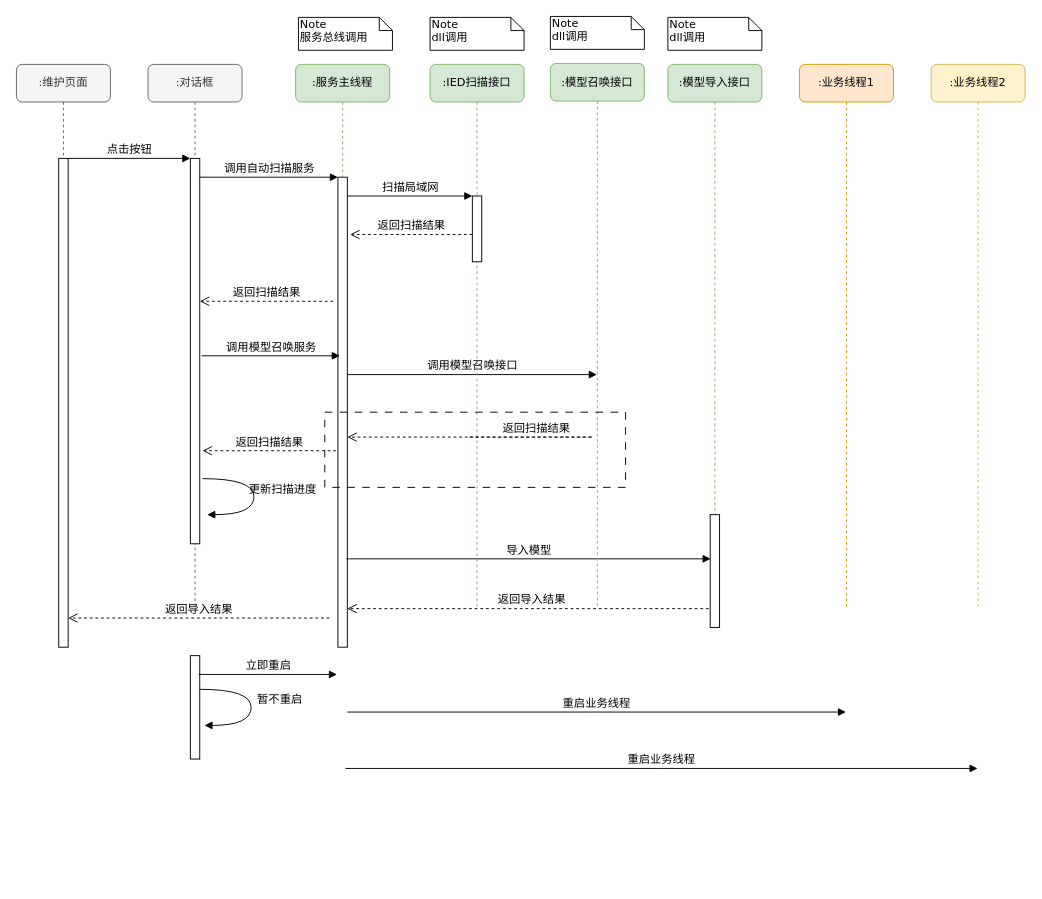
This is 建模过程2.drawio from snake9906/GitHubTest, a draw.io file, before an edit. Source tidied: cells renumbered, new cells numbered last; positions are measured from the earlier drawing's top-left corner, leaving out a move shared by most shapes. Both pictures are drawn from the tidied source at 94%, with x=0, y=0 at pixel (16, 16).
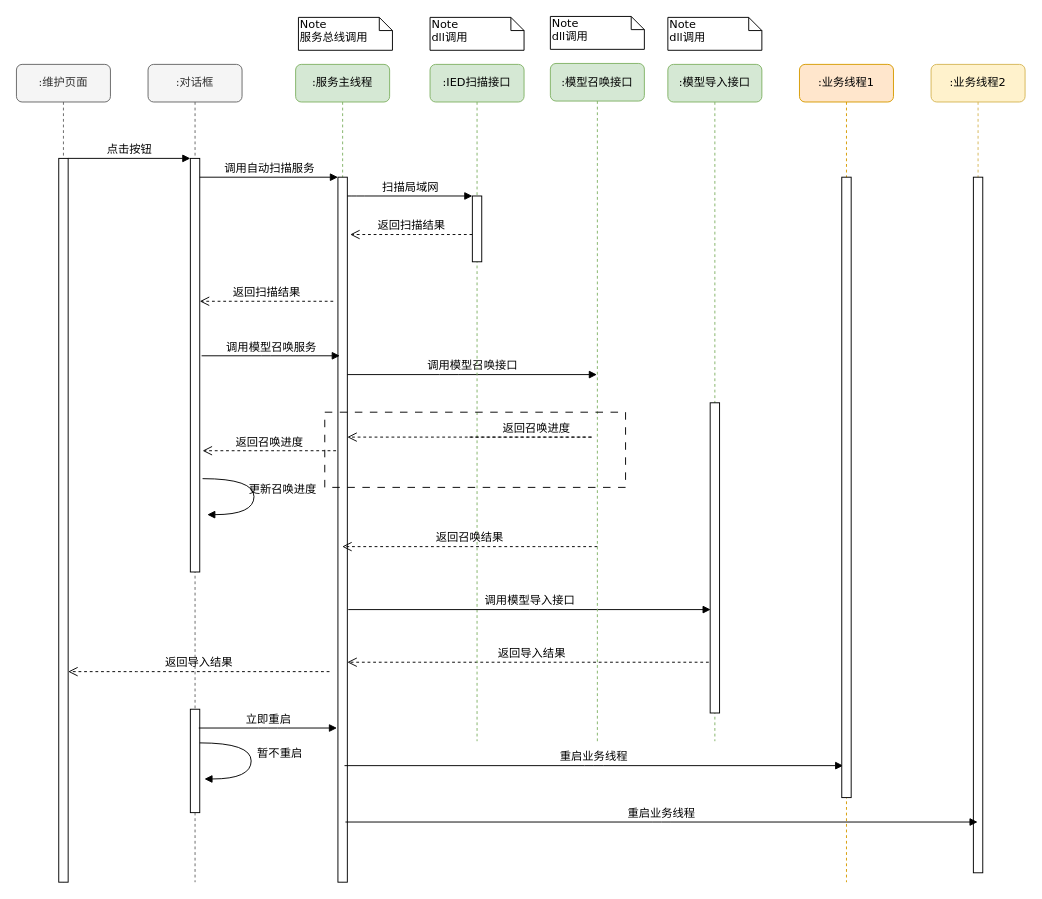
The same diagram, later.

Commit message:
更新建模过程2.drawio

What changed in the source:
```diff
@@
     <mxCell id="2" value=":对话框" style="shape=umlLifeline;perimeter=lifelinePerimeter;whiteSpace=wrap;html=1;rounded=1;shadow=0;comic=0;labelBackgroundColor=none;strokeWidth=1;fontFamily=Verdana;fontSize=12;align=center;fillColor=#f5f5f5;fontColor=#333333;strokeColor=#666666;" parent="1" vertex="1">
-      <mxGeometry x="140" y="51" width="100" height="580" as="geometry" />
+      <mxGeometry x="140" y="51" width="100" height="870" as="geometry" />
     </mxCell>
     <mxCell id="3" style="html=1;points=[];perimeter=orthogonalPerimeter;rounded=0;shadow=0;comic=0;labelBackgroundColor=none;strokeWidth=1;fontFamily=Verdana;fontSize=12;align=center;" parent="2" vertex="1">
-      <mxGeometry x="45" y="100" width="10" height="410" as="geometry" />
+      <mxGeometry x="45" y="100" width="10" height="440" as="geometry" />
     </mxCell>
     <mxCell id="4" style="html=1;perimeter=orthogonalPerimeter;rounded=0;shadow=0;comic=0;labelBackgroundColor=none;strokeWidth=1;fontFamily=Verdana;fontSize=12;align=center;" parent="2" vertex="1">
-      <mxGeometry x="45" y="629" width="10" height="110" as="geometry" />
+      <mxGeometry x="45" y="686" width="10" height="110" as="geometry" />
     </mxCell>
     <mxCell id="5" value="暂不重启" style="html=1;verticalAlign=bottom;endArrow=block;labelBackgroundColor=none;fontFamily=Verdana;fontSize=12;elbow=vertical;edgeStyle=orthogonalEdgeStyle;curved=1;entryX=1;entryY=0.286;entryPerimeter=0;exitX=1.038;exitY=0.345;exitPerimeter=0;" parent="2" edge="1">
       <mxGeometry x="0.05" y="30" relative="1" as="geometry">
-        <mxPoint x="55" y="664.8" as="sourcePoint" />
-        <mxPoint x="60" y="703.2" as="targetPoint" />
+        <mxPoint x="55" y="721.8" as="sourcePoint" />
+        <mxPoint x="60" y="760.2" as="targetPoint" />
         <Array as="points">
-          <mxPoint x="109.7" y="664.8" />
-          <mxPoint x="109.7" y="702.8" />
+          <mxPoint x="109.7" y="721.8" />
+          <mxPoint x="109.7" y="759.8" />
         </Array>
       </mxGeometry>
     </mxCell>
     <mxCell id="6" value=":服务主线程" style="shape=umlLifeline;perimeter=lifelinePerimeter;whiteSpace=wrap;html=1;outlineConnect=0;rounded=1;shadow=0;comic=0;labelBackgroundColor=none;strokeWidth=1;fontFamily=Verdana;fontSize=12;align=center;fillColor=#d5e8d4;strokeColor=#82b366;" parent="1" vertex="1">
-      <mxGeometry x="297" y="51" width="100" height="620" as="geometry" />
+      <mxGeometry x="297" y="51" width="100" height="870" as="geometry" />
     </mxCell>
     <mxCell id="7" style="html=1;points=[];perimeter=orthogonalPerimeter;rounded=0;shadow=0;comic=0;labelBackgroundColor=none;strokeWidth=1;fontFamily=Verdana;fontSize=12;align=center;" parent="6" vertex="1">
-      <mxGeometry x="45" y="120" width="10" height="500" as="geometry" />
+      <mxGeometry x="45" y="120" width="10" height="750" as="geometry" />
     </mxCell>
-    <mxCell id="8" value="导入模型" style="html=1;verticalAlign=bottom;endArrow=block;labelBackgroundColor=none;fontFamily=Verdana;fontSize=12;edgeStyle=elbowEdgeStyle;elbow=vertical;" parent="6" edge="1">
-      <mxGeometry relative="1" as="geometry">
-        <mxPoint x="54" y="526" as="sourcePoint" />
-        <mxPoint x="441.5" y="526" as="targetPoint" />
-        <Array as="points">
-          <mxPoint x="59" y="526" />
-        </Array>
-      </mxGeometry>
-    </mxCell>
     <mxCell id="9" value="返回导入结果" style="html=1;verticalAlign=bottom;endArrow=open;dashed=1;endSize=8;labelBackgroundColor=none;fontFamily=Verdana;fontSize=12;edgeStyle=elbowEdgeStyle;elbow=horizontal;" parent="6" edge="1">
       <mxGeometry relative="1" as="geometry">
-        <mxPoint x="445.5" y="579" as="sourcePoint" />
-        <mxPoint x="55" y="579" as="targetPoint" />
+        <mxPoint x="445.5" y="636" as="sourcePoint" />
+        <mxPoint x="55" y="636" as="targetPoint" />
         <Array as="points">
-          <mxPoint x="130" y="579" />
-          <mxPoint x="160" y="579" />
+          <mxPoint x="130" y="636" />
+          <mxPoint x="160" y="636" />
         </Array>
       </mxGeometry>
     </mxCell>
     <mxCell id="10" value="重启业务线程" style="html=1;verticalAlign=bottom;endArrow=block;labelBackgroundColor=none;fontFamily=Verdana;fontSize=12;edgeStyle=elbowEdgeStyle;elbow=vertical;" parent="6" edge="1">
       <mxGeometry relative="1" as="geometry">
-        <mxPoint x="55" y="689" as="sourcePoint" />
-        <mxPoint x="585.5" y="689" as="targetPoint" />
+        <mxPoint x="52" y="746" as="sourcePoint" />
+        <mxPoint x="582.5" y="746" as="targetPoint" />
       </mxGeometry>
     </mxCell>
@@
     <mxCell id="12" value=":IED扫描接口" style="shape=umlLifeline;perimeter=lifelinePerimeter;whiteSpace=wrap;html=1;rounded=1;shadow=0;comic=0;labelBackgroundColor=none;strokeWidth=1;fontFamily=Verdana;fontSize=12;align=center;fillColor=#d5e8d4;strokeColor=#82b366;" parent="1" vertex="1">
-      <mxGeometry x="440" y="51" width="100" height="580" as="geometry" />
+      <mxGeometry x="440" y="51" width="100" height="720" as="geometry" />
     </mxCell>
@@
+    <mxCell id="38" value="返回召唤结果" style="html=1;verticalAlign=bottom;endArrow=open;dashed=1;endSize=8;labelBackgroundColor=none;fontFamily=Verdana;fontSize=12;edgeStyle=elbowEdgeStyle;elbow=horizontal;" parent="12" edge="1" target="6">
+      <mxGeometry relative="1" as="geometry">
+        <mxPoint x="178" y="513" as="sourcePoint" />
+        <Array as="points">
+          <mxPoint x="123" y="513" />
+          <mxPoint x="153" y="513" />
+        </Array>
+      </mxGeometry>
+    </mxCell>
+    <mxCell id="39" value="调用模型导入接口" style="html=1;verticalAlign=bottom;endArrow=block;labelBackgroundColor=none;fontFamily=Verdana;fontSize=12;edgeStyle=elbowEdgeStyle;elbow=vertical;" parent="12" edge="1">
+      <mxGeometry relative="1" as="geometry">
+        <mxPoint x="-87" y="580" as="sourcePoint" />
+        <mxPoint x="298.5" y="580" as="targetPoint" />
+      </mxGeometry>
+    </mxCell>
     <mxCell id="14" value=":模型导入接口" style="shape=umlLifeline;perimeter=lifelinePerimeter;whiteSpace=wrap;html=1;rounded=1;shadow=0;comic=0;labelBackgroundColor=none;strokeWidth=1;fontFamily=Verdana;fontSize=12;align=center;fillColor=#d5e8d4;strokeColor=#82b366;" parent="1" vertex="1">
-      <mxGeometry x="693" y="51" width="100" height="580" as="geometry" />
+      <mxGeometry x="693" y="51" width="100" height="720" as="geometry" />
     </mxCell>
+    <mxCell id="21" style="html=1;perimeter=orthogonalPerimeter;rounded=0;shadow=0;comic=0;labelBackgroundColor=none;strokeWidth=1;fontFamily=Verdana;fontSize=12;align=center;" parent="14" vertex="1">
+      <mxGeometry x="45" y="360" width="10" height="330" as="geometry" />
+    </mxCell>
     <mxCell id="15" value=":业务线程1" style="shape=umlLifeline;perimeter=lifelinePerimeter;whiteSpace=wrap;html=1;rounded=1;shadow=0;comic=0;labelBackgroundColor=none;strokeWidth=1;fontFamily=Verdana;fontSize=12;align=center;fillColor=#ffe6cc;strokeColor=#d79b00;" parent="1" vertex="1">
-      <mxGeometry x="833" y="51" width="100" height="580" as="geometry" />
+      <mxGeometry x="833" y="51" width="100" height="870" as="geometry" />
     </mxCell>
+    <mxCell id="40" style="html=1;perimeter=orthogonalPerimeter;rounded=0;shadow=0;comic=0;labelBackgroundColor=none;strokeWidth=1;fontFamily=Verdana;fontSize=12;align=center;" parent="15" vertex="1">
+      <mxGeometry x="45" y="120" width="10" height="660" as="geometry" />
+    </mxCell>
     <mxCell id="16" value=":业务线程2" style="shape=umlLifeline;perimeter=lifelinePerimeter;whiteSpace=wrap;html=1;rounded=1;shadow=0;comic=0;labelBackgroundColor=none;strokeWidth=1;fontFamily=Verdana;fontSize=12;align=center;fillColor=#fff2cc;strokeColor=#d6b656;" parent="1" vertex="1">
-      <mxGeometry x="973" y="51" width="100" height="580" as="geometry" />
+      <mxGeometry x="973" y="51" width="100" height="860" as="geometry" />
     </mxCell>
+    <mxCell id="41" style="html=1;perimeter=orthogonalPerimeter;rounded=0;shadow=0;comic=0;labelBackgroundColor=none;strokeWidth=1;fontFamily=Verdana;fontSize=12;align=center;" parent="16" vertex="1">
+      <mxGeometry x="45" y="120" width="10" height="740" as="geometry" />
+    </mxCell>
     <mxCell id="17" value=":维护页面" style="shape=umlLifeline;perimeter=lifelinePerimeter;whiteSpace=wrap;html=1;rounded=1;shadow=0;comic=0;labelBackgroundColor=none;strokeWidth=1;fontFamily=Verdana;fontSize=12;align=center;fillColor=#f5f5f5;fontColor=#333333;strokeColor=#666666;" parent="1" vertex="1">
-      <mxGeometry y="51" width="100" height="620" as="geometry" />
+      <mxGeometry y="51" width="100" height="870" as="geometry" />
     </mxCell>
     <mxCell id="18" style="html=1;points=[];perimeter=orthogonalPerimeter;rounded=0;shadow=0;comic=0;labelBackgroundColor=none;strokeWidth=1;fontFamily=Verdana;fontSize=12;align=center;" parent="17" vertex="1">
-      <mxGeometry x="45" y="100" width="10" height="520" as="geometry" />
+      <mxGeometry x="45" y="100" width="10" height="770" as="geometry" />
     </mxCell>
@@
-    <mxCell id="21" style="html=1;perimeter=orthogonalPerimeter;rounded=0;shadow=0;comic=0;labelBackgroundColor=none;strokeWidth=1;fontFamily=Verdana;fontSize=12;align=center;" parent="1" vertex="1">
-      <mxGeometry x="738" y="530" width="10" height="120" as="geometry" />
-    </mxCell>
@@
     <mxCell id="27" value="返回导入结果" style="html=1;verticalAlign=bottom;endArrow=open;dashed=1;endSize=8;labelBackgroundColor=none;fontFamily=Verdana;fontSize=12;edgeStyle=elbowEdgeStyle;elbow=horizontal;" parent="1" edge="1">
       <mxGeometry relative="1" as="geometry">
-        <mxPoint x="333" y="640" as="sourcePoint" />
-        <mxPoint x="55" y="640" as="targetPoint" />
+        <mxPoint x="333" y="697" as="sourcePoint" />
+        <mxPoint x="55" y="697" as="targetPoint" />
         <Array as="points">
-          <mxPoint x="130" y="640" />
-          <mxPoint x="160" y="640" />
+          <mxPoint x="130" y="697" />
+          <mxPoint x="160" y="697" />
         </Array>
       </mxGeometry>
     </mxCell>
     <mxCell id="28" value="立即重启" style="html=1;verticalAlign=bottom;endArrow=block;entryX=0;entryY=0;labelBackgroundColor=none;fontFamily=Verdana;fontSize=12;edgeStyle=elbowEdgeStyle;elbow=vertical;" parent="1" edge="1">
       <mxGeometry relative="1" as="geometry">
-        <mxPoint x="194" y="700" as="sourcePoint" />
-        <mxPoint x="341" y="700" as="targetPoint" />
+        <mxPoint x="194" y="757" as="sourcePoint" />
+        <mxPoint x="341" y="757" as="targetPoint" />
       </mxGeometry>
     </mxCell>
     <mxCell id="29" value="重启业务线程" style="html=1;verticalAlign=bottom;endArrow=block;labelBackgroundColor=none;fontFamily=Verdana;fontSize=12;edgeStyle=elbowEdgeStyle;elbow=vertical;" parent="1" edge="1">
       <mxGeometry relative="1" as="geometry">
-        <mxPoint x="350" y="800" as="sourcePoint" />
-        <mxPoint x="1022.5" y="800" as="targetPoint" />
+        <mxPoint x="350" y="857" as="sourcePoint" />
+        <mxPoint x="1022.5" y="857" as="targetPoint" />
       </mxGeometry>
     </mxCell>
@@
     <mxCell id="31" value=":模型召唤接口" style="shape=umlLifeline;perimeter=lifelinePerimeter;whiteSpace=wrap;html=1;outlineConnect=0;rounded=1;shadow=0;comic=0;labelBackgroundColor=none;strokeWidth=1;fontFamily=Verdana;fontSize=12;align=center;fillColor=#d5e8d4;strokeColor=#82b366;" parent="1" vertex="1">
-      <mxGeometry x="568" y="50" width="100" height="580" as="geometry" />
+      <mxGeometry x="568" y="50" width="100" height="721" as="geometry" />
     </mxCell>
@@
-    <mxCell id="33" value="返回扫描结果" style="html=1;verticalAlign=bottom;endArrow=open;dashed=1;endSize=8;labelBackgroundColor=none;fontFamily=Verdana;fontSize=12;edgeStyle=elbowEdgeStyle;elbow=horizontal;" parent="31" edge="1">
+    <mxCell id="33" value="返回召唤进度" style="html=1;verticalAlign=bottom;endArrow=open;dashed=1;endSize=8;labelBackgroundColor=none;fontFamily=Verdana;fontSize=12;edgeStyle=elbowEdgeStyle;elbow=horizontal;" parent="31" edge="1">
       <mxGeometry relative="1" as="geometry">
         <mxPoint x="-86" y="397.5" as="sourcePoint" />
         <mxPoint x="-216" y="397.5" as="targetPoint" />
         <Array as="points">
           <mxPoint x="50" y="398" />
           <mxPoint x="-111" y="397.5" />
         </Array>
       </mxGeometry>
     </mxCell>
@@
-    <mxCell id="36" value="返回扫描结果" style="html=1;verticalAlign=bottom;endArrow=open;dashed=1;endSize=8;labelBackgroundColor=none;fontFamily=Verdana;fontSize=12;edgeStyle=elbowEdgeStyle;elbow=horizontal;" parent="1" edge="1">
+    <mxCell id="36" value="返回召唤进度" style="html=1;verticalAlign=bottom;endArrow=open;dashed=1;endSize=8;labelBackgroundColor=none;fontFamily=Verdana;fontSize=12;edgeStyle=elbowEdgeStyle;elbow=horizontal;" parent="1" edge="1">
       <mxGeometry relative="1" as="geometry">
         <mxPoint x="340" y="462" as="sourcePoint" />
         <mxPoint x="198" y="462" as="targetPoint" />
         <Array as="points">
           <mxPoint x="273" y="462" />
           <mxPoint x="303" y="462" />
         </Array>
       </mxGeometry>
     </mxCell>
-    <mxCell id="37" value="更新扫描进度" style="html=1;verticalAlign=bottom;endArrow=block;labelBackgroundColor=none;fontFamily=Verdana;fontSize=12;elbow=vertical;edgeStyle=orthogonalEdgeStyle;curved=1;entryX=1;entryY=0.286;entryPerimeter=0;exitX=1.038;exitY=0.345;exitPerimeter=0;" parent="1" edge="1">
+    <mxCell id="37" value="更新召唤进度" style="html=1;verticalAlign=bottom;endArrow=block;labelBackgroundColor=none;fontFamily=Verdana;fontSize=12;elbow=vertical;edgeStyle=orthogonalEdgeStyle;curved=1;entryX=1;entryY=0.286;entryPerimeter=0;exitX=1.038;exitY=0.345;exitPerimeter=0;" parent="1" edge="1">
       <mxGeometry x="0.05" y="30" relative="1" as="geometry">
         <mxPoint x="198" y="491.7" as="sourcePoint" />
         <mxPoint x="203" y="530" as="targetPoint" />
         <Array as="points">
           <mxPoint x="252.7" y="491.7" />
           <mxPoint x="252.7" y="529.7" />
         </Array>
       </mxGeometry>
     </mxCell>
```
